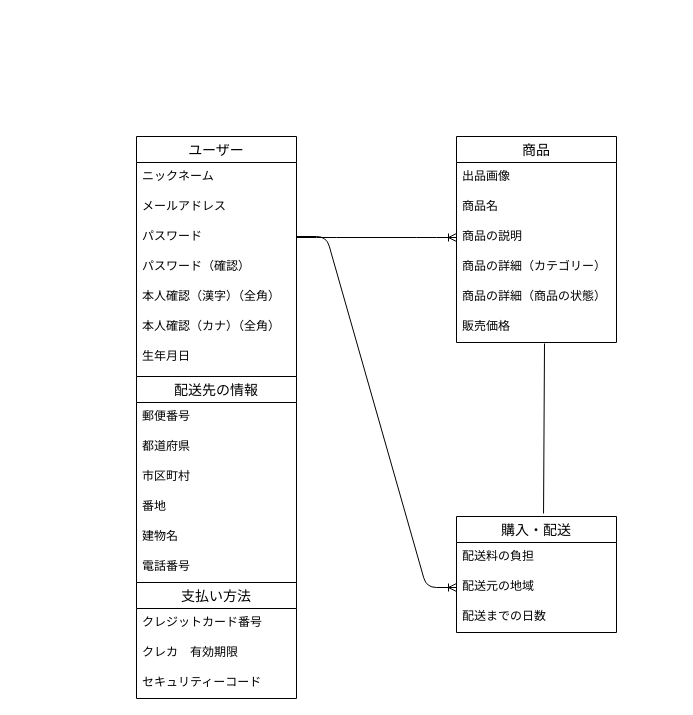
Before: ER.dio in soutahirose1/furima-30465, a draw.io diagram. Source tidied: cells renumbered, new cells numbered last; positions are measured from the earlier drawing's top-left corner, leaving out a move shared by most shapes. Both pictures are drawn from the tidied source at 100%, with x=0, y=0 at pixel (136, 136).
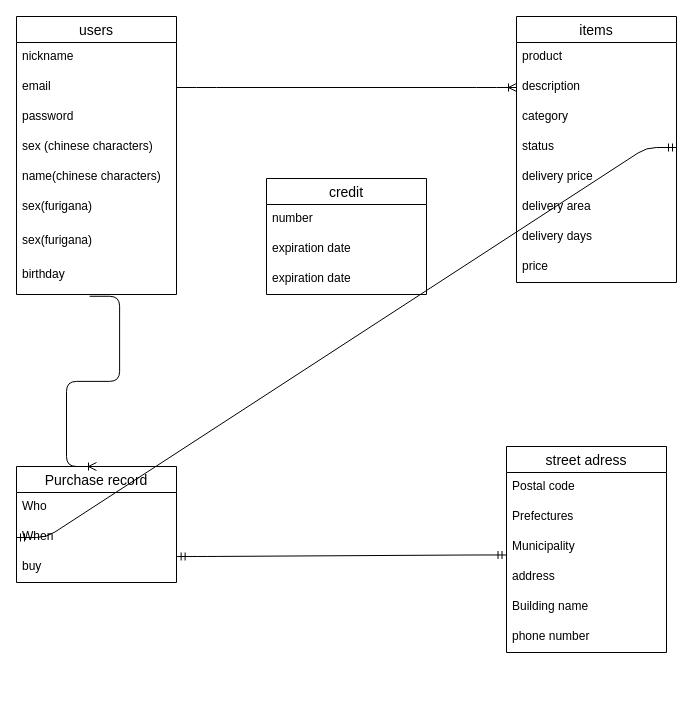
The same page after the edit.

Change to the diagram source:
```diff
@@
-    <mxCell id="2" value="ユーザー" style="swimlane;fontStyle=0;horizontal=1;startSize=26;align=center;fontSize=14;labelBackgroundColor=none;html=0;" parent="1" vertex="1">
-      <mxGeometry width="160" height="240" as="geometry" />
-    </mxCell>
-    <mxCell id="3" value="ニックネーム" style="text;strokeColor=none;fillColor=none;spacingLeft=4;spacingRight=4;overflow=hidden;fontSize=12;" parent="2" vertex="1">
-      <mxGeometry y="26" width="160" height="30" as="geometry" />
-    </mxCell>
-    <mxCell id="4" value="メールアドレス" style="text;strokeColor=none;fillColor=none;spacingLeft=4;spacingRight=4;overflow=hidden;points=[[0,0.5],[1,0.5]];portConstraint=eastwest;fontSize=12;" parent="2" vertex="1">
-      <mxGeometry y="56" width="160" height="30" as="geometry" />
-    </mxCell>
-    <mxCell id="5" value="パスワード" style="text;strokeColor=none;fillColor=none;spacingLeft=4;spacingRight=4;overflow=hidden;points=[[0,0.5],[1,0.5]];portConstraint=eastwest;fontSize=12;" parent="2" vertex="1">
-      <mxGeometry y="86" width="160" height="30" as="geometry" />
-    </mxCell>
-    <mxCell id="6" value="パスワード（確認）" style="text;strokeColor=none;fillColor=none;spacingLeft=4;spacingRight=4;overflow=hidden;fontSize=12;" parent="2" vertex="1">
-      <mxGeometry y="116" width="160" height="30" as="geometry" />
-    </mxCell>
-    <mxCell id="7" value="本人確認（漢字）（全角）" style="text;strokeColor=none;fillColor=none;spacingLeft=4;spacingRight=4;overflow=hidden;fontSize=12;" parent="2" vertex="1">
-      <mxGeometry y="146" width="160" height="30" as="geometry" />
-    </mxCell>
-    <mxCell id="8" value="本人確認（カナ）（全角）" style="text;strokeColor=none;fillColor=none;spacingLeft=4;spacingRight=4;overflow=hidden;fontSize=12;" parent="2" vertex="1">
-      <mxGeometry y="176" width="160" height="30" as="geometry" />
-    </mxCell>
-    <mxCell id="9" value="生年月日" style="text;strokeColor=none;fillColor=none;spacingLeft=4;spacingRight=4;overflow=hidden;fontSize=12;" parent="2" vertex="1">
-      <mxGeometry y="206" width="160" height="34" as="geometry" />
-    </mxCell>
-    <mxCell id="10" value="商品" style="swimlane;fontStyle=0;horizontal=1;startSize=26;align=center;fontSize=14;labelBackgroundColor=none;html=0;" parent="1" vertex="1">
-      <mxGeometry x="320" width="160" height="206" as="geometry" />
-    </mxCell>
-    <mxCell id="11" value="出品画像" style="text;strokeColor=none;fillColor=none;spacingLeft=4;spacingRight=4;overflow=hidden;fontSize=12;" parent="10" vertex="1">
-      <mxGeometry y="26" width="160" height="30" as="geometry" />
-    </mxCell>
-    <mxCell id="12" value="商品名" style="text;strokeColor=none;fillColor=none;spacingLeft=4;spacingRight=4;overflow=hidden;fontSize=12;" parent="10" vertex="1">
-      <mxGeometry y="56" width="160" height="30" as="geometry" />
-    </mxCell>
-    <mxCell id="13" value="商品の説明" style="text;strokeColor=none;fillColor=none;spacingLeft=4;spacingRight=4;overflow=hidden;points=[[0,0.5],[1,0.5]];portConstraint=eastwest;fontSize=12;" parent="10" vertex="1">
-      <mxGeometry y="86" width="160" height="30" as="geometry" />
-    </mxCell>
-    <mxCell id="14" value="商品の詳細（カテゴリー）" style="text;strokeColor=none;fillColor=none;spacingLeft=4;spacingRight=4;overflow=hidden;fontSize=12;" parent="10" vertex="1">
-      <mxGeometry y="116" width="160" height="30" as="geometry" />
-    </mxCell>
-    <mxCell id="15" value="商品の詳細（商品の状態）" style="text;strokeColor=none;fillColor=none;spacingLeft=4;spacingRight=4;overflow=hidden;points=[[0,0.5],[1,0.5]];portConstraint=eastwest;fontSize=12;" parent="10" vertex="1">
-      <mxGeometry y="146" width="160" height="30" as="geometry" />
-    </mxCell>
-    <mxCell id="16" value="販売価格" style="text;strokeColor=none;fillColor=none;spacingLeft=4;spacingRight=4;overflow=hidden;points=[[0,0.5],[1,0.5]];portConstraint=eastwest;fontSize=12;" parent="10" vertex="1">
-      <mxGeometry y="176" width="160" height="30" as="geometry" />
-    </mxCell>
-    <mxCell id="17" style="edgeStyle=entityRelationEdgeStyle;fontSize=12;html=1;endArrow=ERoneToMany;exitX=1;exitY=0.5;exitDx=0;exitDy=0;entryX=0;entryY=0.5;entryDx=0;entryDy=0;" parent="1" edge="1" source="5" target="13">
+    <mxCell id="17" style="edgeStyle=entityRelationEdgeStyle;fontSize=12;html=1;endArrow=ERoneToMany;exitX=1;exitY=0.5;exitDx=0;exitDy=0;entryX=0;entryY=0.5;entryDx=0;entryDy=0;" parent="1" edge="1" source="4" target="13">
       <mxGeometry relative="1" as="geometry" />
     </mxCell>
+    <mxCell id="35" value="Purchase record" style="swimlane;fontStyle=0;horizontal=1;startSize=26;align=center;fontSize=14;" parent="1" vertex="1">
+      <mxGeometry x="-120" y="330" width="160" height="116" as="geometry" />
+    </mxCell>
+    <mxCell id="36" value="Who" style="text;strokeColor=none;fillColor=none;spacingLeft=4;spacingRight=4;overflow=hidden;fontSize=12;" parent="35" vertex="1">
+      <mxGeometry y="26" width="160" height="30" as="geometry" />
+    </mxCell>
+    <mxCell id="37" value="When" style="text;strokeColor=none;fillColor=none;spacingLeft=4;spacingRight=4;overflow=hidden;points=[[0,0.5],[1,0.5]];portConstraint=eastwest;fontSize=12;" parent="35" vertex="1">
+      <mxGeometry y="56" width="160" height="30" as="geometry" />
+    </mxCell>
+    <mxCell id="38" value="buy" style="text;strokeColor=none;fillColor=none;spacingLeft=4;spacingRight=4;overflow=hidden;points=[[0,0.5],[1,0.5]];portConstraint=eastwest;fontSize=12;" parent="35" vertex="1">
+      <mxGeometry y="86" width="160" height="30" as="geometry" />
+    </mxCell>
-    <mxCell id="18" value="配送先の情報" style="swimlane;fontStyle=0;horizontal=1;startSize=26;align=center;fontSize=14;labelBackgroundColor=none;html=0;" parent="1" vertex="1">
-      <mxGeometry y="240" width="160" height="206" as="geometry" />
+    <mxCell id="18" value="street adress" style="swimlane;fontStyle=0;horizontal=1;startSize=26;align=center;fontSize=14;labelBackgroundColor=none;html=0;" parent="1" vertex="1">
+      <mxGeometry x="370" y="310" width="160" height="206" as="geometry" />
     </mxCell>
-    <mxCell id="19" value="郵便番号" style="text;strokeColor=none;fillColor=none;spacingLeft=4;spacingRight=4;overflow=hidden;fontSize=12;" parent="18" vertex="1">
+    <mxCell id="19" value="Postal code" style="text;strokeColor=none;fillColor=none;spacingLeft=4;spacingRight=4;overflow=hidden;fontSize=12;" parent="18" vertex="1">
       <mxGeometry y="26" width="160" height="30" as="geometry" />
     </mxCell>
-    <mxCell id="20" value="都道府県" style="text;strokeColor=none;fillColor=none;spacingLeft=4;spacingRight=4;overflow=hidden;fontSize=12;" parent="18" vertex="1">
+    <mxCell id="20" value="Prefectures" style="text;strokeColor=none;fillColor=none;spacingLeft=4;spacingRight=4;overflow=hidden;fontSize=12;" parent="18" vertex="1">
       <mxGeometry y="56" width="160" height="30" as="geometry" />
     </mxCell>
-    <mxCell id="21" value="市区町村" style="text;strokeColor=none;fillColor=none;spacingLeft=4;spacingRight=4;overflow=hidden;points=[[0,0.5],[1,0.5]];portConstraint=eastwest;fontSize=12;" parent="18" vertex="1">
+    <mxCell id="21" value="Municipality" style="text;strokeColor=none;fillColor=none;spacingLeft=4;spacingRight=4;overflow=hidden;points=[[0,0.5],[1,0.5]];portConstraint=eastwest;fontSize=12;" parent="18" vertex="1">
       <mxGeometry y="86" width="160" height="30" as="geometry" />
     </mxCell>
-    <mxCell id="22" value="番地" style="text;strokeColor=none;fillColor=none;spacingLeft=4;spacingRight=4;overflow=hidden;fontSize=12;" parent="18" vertex="1">
+    <mxCell id="22" value="address" style="text;strokeColor=none;fillColor=none;spacingLeft=4;spacingRight=4;overflow=hidden;fontSize=12;" parent="18" vertex="1">
       <mxGeometry y="116" width="160" height="30" as="geometry" />
     </mxCell>
-    <mxCell id="23" value="建物名" style="text;strokeColor=none;fillColor=none;spacingLeft=4;spacingRight=4;overflow=hidden;fontSize=12;" parent="18" vertex="1">
+    <mxCell id="23" value="Building name" style="text;strokeColor=none;fillColor=none;spacingLeft=4;spacingRight=4;overflow=hidden;fontSize=12;" parent="18" vertex="1">
       <mxGeometry y="146" width="160" height="30" as="geometry" />
     </mxCell>
-    <mxCell id="24" value="電話番号" style="text;strokeColor=none;fillColor=none;spacingLeft=4;spacingRight=4;overflow=hidden;fontSize=12;" parent="18" vertex="1">
+    <mxCell id="24" value="phone number" style="text;strokeColor=none;fillColor=none;spacingLeft=4;spacingRight=4;overflow=hidden;fontSize=12;" parent="18" vertex="1">
       <mxGeometry y="176" width="160" height="30" as="geometry" />
     </mxCell>
+    <mxCell id="2" value="users" style="swimlane;fontStyle=0;horizontal=1;startSize=26;align=center;fontSize=14;labelBackgroundColor=none;html=0;" parent="1" vertex="1">
+      <mxGeometry x="-120" y="-120" width="160" height="278" as="geometry" />
+    </mxCell>
+    <mxCell id="3" value="nickname" style="text;strokeColor=none;fillColor=none;spacingLeft=4;spacingRight=4;overflow=hidden;fontSize=12;" parent="2" vertex="1">
+      <mxGeometry y="26" width="160" height="30" as="geometry" />
+    </mxCell>
+    <mxCell id="4" value="email" style="text;strokeColor=none;fillColor=none;spacingLeft=4;spacingRight=4;overflow=hidden;points=[[0,0.5],[1,0.5]];portConstraint=eastwest;fontSize=12;" parent="2" vertex="1">
+      <mxGeometry y="56" width="160" height="30" as="geometry" />
+    </mxCell>
+    <mxCell id="5" value="password" style="text;strokeColor=none;fillColor=none;spacingLeft=4;spacingRight=4;overflow=hidden;points=[[0,0.5],[1,0.5]];portConstraint=eastwest;fontSize=12;" parent="2" vertex="1">
+      <mxGeometry y="86" width="160" height="30" as="geometry" />
+    </mxCell>
+    <mxCell id="7" value="sex (chinese characters)" style="text;strokeColor=none;fillColor=none;spacingLeft=4;spacingRight=4;overflow=hidden;fontSize=12;" parent="2" vertex="1">
+      <mxGeometry y="116" width="160" height="30" as="geometry" />
+    </mxCell>
+    <mxCell id="8" value="name(chinese characters)" style="text;strokeColor=none;fillColor=none;spacingLeft=4;spacingRight=4;overflow=hidden;fontSize=12;" parent="2" vertex="1">
+      <mxGeometry y="146" width="160" height="30" as="geometry" />
+    </mxCell>
+    <mxCell id="9" value="sex(furigana)" style="text;strokeColor=none;fillColor=none;spacingLeft=4;spacingRight=4;overflow=hidden;fontSize=12;" parent="2" vertex="1">
+      <mxGeometry y="176" width="160" height="34" as="geometry" />
+    </mxCell>
+    <mxCell id="39" value="sex(furigana)" style="text;strokeColor=none;fillColor=none;spacingLeft=4;spacingRight=4;overflow=hidden;fontSize=12;" parent="2" vertex="1">
+      <mxGeometry y="210" width="160" height="34" as="geometry" />
+    </mxCell>
+    <mxCell id="40" value="birthday" style="text;strokeColor=none;fillColor=none;spacingLeft=4;spacingRight=4;overflow=hidden;points=[[0,0.5],[1,0.5]];portConstraint=eastwest;fontSize=12;" parent="2" vertex="1">
+      <mxGeometry y="244" width="160" height="34" as="geometry" />
+    </mxCell>
+    <mxCell id="10" value="items" style="swimlane;fontStyle=0;horizontal=1;startSize=26;align=center;fontSize=14;labelBackgroundColor=none;html=0;" parent="1" vertex="1">
+      <mxGeometry x="380" y="-120" width="160" height="266" as="geometry" />
+    </mxCell>
+    <mxCell id="12" value="product" style="text;strokeColor=none;fillColor=none;spacingLeft=4;spacingRight=4;overflow=hidden;fontSize=12;" parent="10" vertex="1">
+      <mxGeometry y="26" width="160" height="30" as="geometry" />
+    </mxCell>
+    <mxCell id="13" value="description" style="text;strokeColor=none;fillColor=none;spacingLeft=4;spacingRight=4;overflow=hidden;points=[[0,0.5],[1,0.5]];portConstraint=eastwest;fontSize=12;" parent="10" vertex="1">
+      <mxGeometry y="56" width="160" height="30" as="geometry" />
+    </mxCell>
+    <mxCell id="14" value="category" style="text;strokeColor=none;fillColor=none;spacingLeft=4;spacingRight=4;overflow=hidden;fontSize=12;" parent="10" vertex="1">
+      <mxGeometry y="86" width="160" height="30" as="geometry" />
+    </mxCell>
+    <mxCell id="15" value="status" style="text;strokeColor=none;fillColor=none;spacingLeft=4;spacingRight=4;overflow=hidden;points=[[0,0.5],[1,0.5]];portConstraint=eastwest;fontSize=12;" parent="10" vertex="1">
+      <mxGeometry y="116" width="160" height="30" as="geometry" />
+    </mxCell>
+    <mxCell id="16" value="delivery price" style="text;strokeColor=none;fillColor=none;spacingLeft=4;spacingRight=4;overflow=hidden;points=[[0,0.5],[1,0.5]];portConstraint=eastwest;fontSize=12;" parent="10" vertex="1">
+      <mxGeometry y="146" width="160" height="30" as="geometry" />
+    </mxCell>
+    <mxCell id="41" value="delivery area" style="text;strokeColor=none;fillColor=none;spacingLeft=4;spacingRight=4;overflow=hidden;fontSize=12;" parent="10" vertex="1">
+      <mxGeometry y="176" width="160" height="30" as="geometry" />
+    </mxCell>
+    <mxCell id="42" value="delivery days" style="text;strokeColor=none;fillColor=none;spacingLeft=4;spacingRight=4;overflow=hidden;fontSize=12;" parent="10" vertex="1">
+      <mxGeometry y="206" width="160" height="30" as="geometry" />
+    </mxCell>
+    <mxCell id="43" value="price" style="text;strokeColor=none;fillColor=none;spacingLeft=4;spacingRight=4;overflow=hidden;fontSize=12;" parent="10" vertex="1">
+      <mxGeometry y="236" width="160" height="30" as="geometry" />
+    </mxCell>
+    <mxCell id="44" style="edgeStyle=entityRelationEdgeStyle;fontSize=12;html=1;endArrow=ERoneToMany;exitX=0.457;exitY=1.052;exitDx=0;exitDy=0;exitPerimeter=0;entryX=0.5;entryY=0;entryDx=0;entryDy=0;" parent="1" edge="1" source="40" target="35">
+      <mxGeometry relative="1" as="geometry" />
+    </mxCell>
+    <mxCell id="45" style="edgeStyle=entityRelationEdgeStyle;fontSize=12;html=1;endArrow=ERmandOne;startArrow=ERmandOne;exitX=1;exitY=0.5;exitDx=0;exitDy=0;entryX=0;entryY=0.5;entryDx=0;entryDy=0;" parent="1" edge="1" source="15" target="37">
+      <mxGeometry relative="1" as="geometry" />
+    </mxCell>
+    <mxCell id="46" style="edgeStyle=entityRelationEdgeStyle;fontSize=12;html=1;endArrow=ERmandOne;startArrow=ERmandOne;entryX=-0.003;entryY=0.749;entryDx=0;entryDy=0;entryPerimeter=0;exitX=1.004;exitY=0.133;exitDx=0;exitDy=0;exitPerimeter=0;" parent="1" edge="1" source="38" target="21">
+      <mxGeometry relative="1" as="geometry" />
+    </mxCell>
-    <mxCell id="25" value="支払い方法" style="swimlane;fontStyle=0;horizontal=1;startSize=26;align=center;fontSize=14;labelBackgroundColor=none;html=0;" parent="1" vertex="1">
-      <mxGeometry y="446" width="160" height="116" as="geometry" />
+    <mxCell id="25" value="credit" style="swimlane;fontStyle=0;horizontal=1;startSize=26;align=center;fontSize=14;labelBackgroundColor=none;html=0;" parent="1" vertex="1">
+      <mxGeometry x="130" y="42" width="160" height="116" as="geometry" />
     </mxCell>
-    <mxCell id="26" value="クレジットカード番号" style="text;strokeColor=none;fillColor=none;spacingLeft=4;spacingRight=4;overflow=hidden;fontSize=12;" parent="25" vertex="1">
+    <mxCell id="26" value="number" style="text;strokeColor=none;fillColor=none;spacingLeft=4;spacingRight=4;overflow=hidden;fontSize=12;" parent="25" vertex="1">
       <mxGeometry y="26" width="160" height="30" as="geometry" />
     </mxCell>
-    <mxCell id="27" value="クレカ　有効期限" style="text;strokeColor=none;fillColor=none;spacingLeft=4;spacingRight=4;overflow=hidden;fontSize=12;" parent="25" vertex="1">
+    <mxCell id="27" value="expiration date" style="text;strokeColor=none;fillColor=none;spacingLeft=4;spacingRight=4;overflow=hidden;fontSize=12;" parent="25" vertex="1">
       <mxGeometry y="56" width="160" height="30" as="geometry" />
     </mxCell>
-    <mxCell id="28" value="セキュリティーコード" style="text;strokeColor=none;fillColor=none;spacingLeft=4;spacingRight=4;overflow=hidden;fontSize=12;" parent="25" vertex="1">
+    <mxCell id="28" value="expiration date" style="text;strokeColor=none;fillColor=none;spacingLeft=4;spacingRight=4;overflow=hidden;fontSize=12;" parent="25" vertex="1">
       <mxGeometry y="86" width="160" height="30" as="geometry" />
     </mxCell>
-    <mxCell id="29" value="購入・配送" style="swimlane;fontStyle=0;horizontal=1;startSize=26;align=center;fontSize=14;labelBackgroundColor=none;html=0;" parent="1" vertex="1">
-      <mxGeometry x="320" y="380" width="160" height="116" as="geometry" />
-    </mxCell>
-    <mxCell id="30" value="配送料の負担" style="text;strokeColor=none;fillColor=none;spacingLeft=4;spacingRight=4;overflow=hidden;fontSize=12;" parent="29" vertex="1">
-      <mxGeometry y="26" width="160" height="30" as="geometry" />
-    </mxCell>
-    <mxCell id="31" value="配送元の地域" style="text;strokeColor=none;fillColor=none;spacingLeft=4;spacingRight=4;overflow=hidden;points=[[0,0.5],[1,0.5]];portConstraint=eastwest;fontSize=12;" parent="29" vertex="1">
-      <mxGeometry y="56" width="160" height="30" as="geometry" />
-    </mxCell>
-    <mxCell id="32" value="配送までの日数" style="text;strokeColor=none;fillColor=none;spacingLeft=4;spacingRight=4;overflow=hidden;fontSize=12;" parent="29" vertex="1">
-      <mxGeometry y="86" width="160" height="30" as="geometry" />
-    </mxCell>
-    <mxCell id="33" style="edgeStyle=entityRelationEdgeStyle;fontSize=12;html=1;endArrow=ERoneToMany;entryX=0;entryY=0.5;entryDx=0;entryDy=0;" parent="1" edge="1" target="31">
-      <mxGeometry relative="1" as="geometry">
-        <mxPoint x="160" y="100" as="sourcePoint" />
-      </mxGeometry>
-    </mxCell>
-    <mxCell id="34" style="endArrow=none;html=1;rounded=0;entryX=0.55;entryY=1.033;entryDx=0;entryDy=0;entryPerimeter=0;exitX=0.544;exitY=-0.026;exitDx=0;exitDy=0;exitPerimeter=0;" parent="1" edge="1" source="29" target="16">
-      <mxGeometry relative="1" as="geometry" />
-    </mxCell>
```
